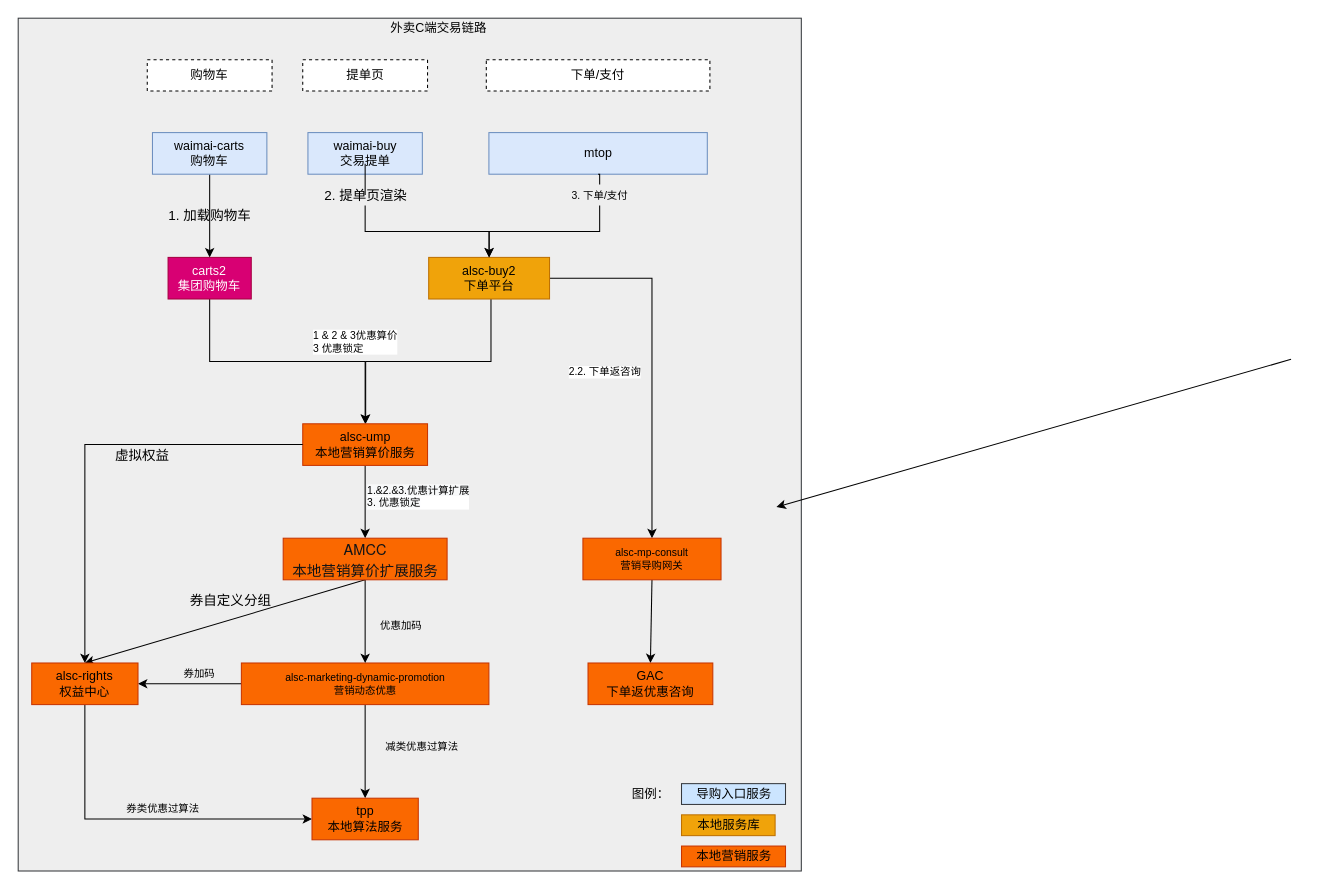
jon-kong/draw.io keeps this draw.io diagram as page "C端交易链路" (4 of 4) of 营销业务梳理.drawio. Above is the earlier version. Source tidied: cells renumbered, new cells numbered last; positions are measured from the earlier drawing's top-left corner, leaving out a move shared by most shapes. Both pictures are drawn from the tidied source at 104%, with x=0, y=0 at pixel (18, 18).
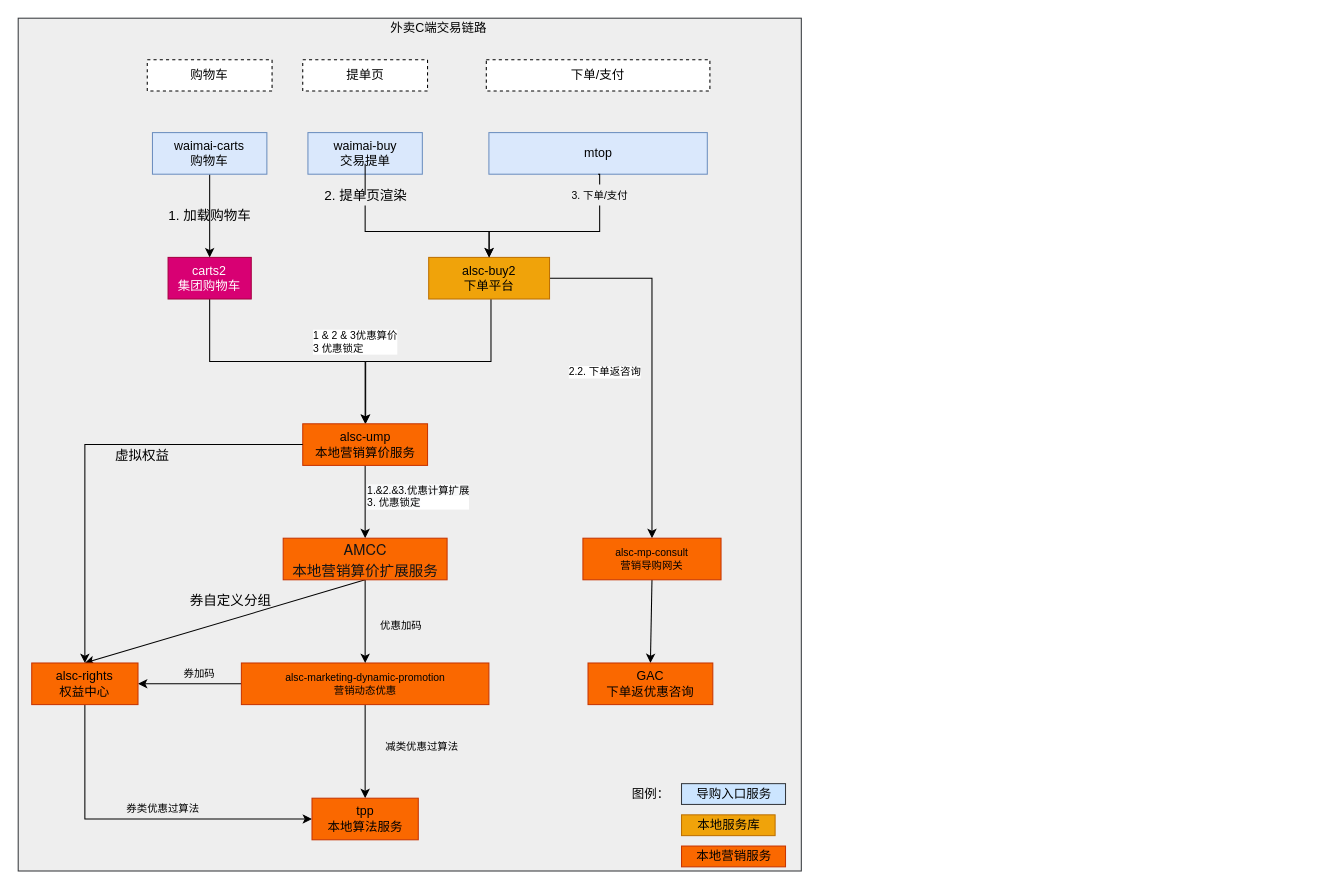
The same page after the edit.

Diff of the diagram source:
```diff
@@
-    <mxCell id="16" style="rounded=0;orthogonalLoop=1;jettySize=auto;html=1;fontSize=12;entryX=0.5;entryY=0;entryDx=0;entryDy=0;exitX=1;exitY=1;exitDx=0;exitDy=0;" parent="1" edge="1">
-      <mxGeometry relative="1" as="geometry">
-        <mxPoint x="1223.9" y="328" as="sourcePoint" />
-        <mxPoint x="729.1" y="470" as="targetPoint" />
-      </mxGeometry>
-    </mxCell>
```
